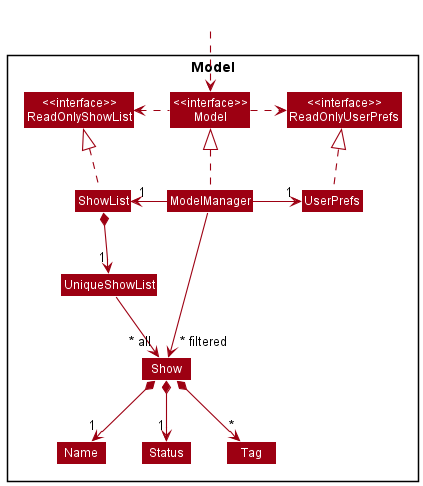
nus-cs2103-AY2122S2/tp keeps this PlantUML diagram as docs/images/ModelClassDiagram.png. Above is the earlier version.
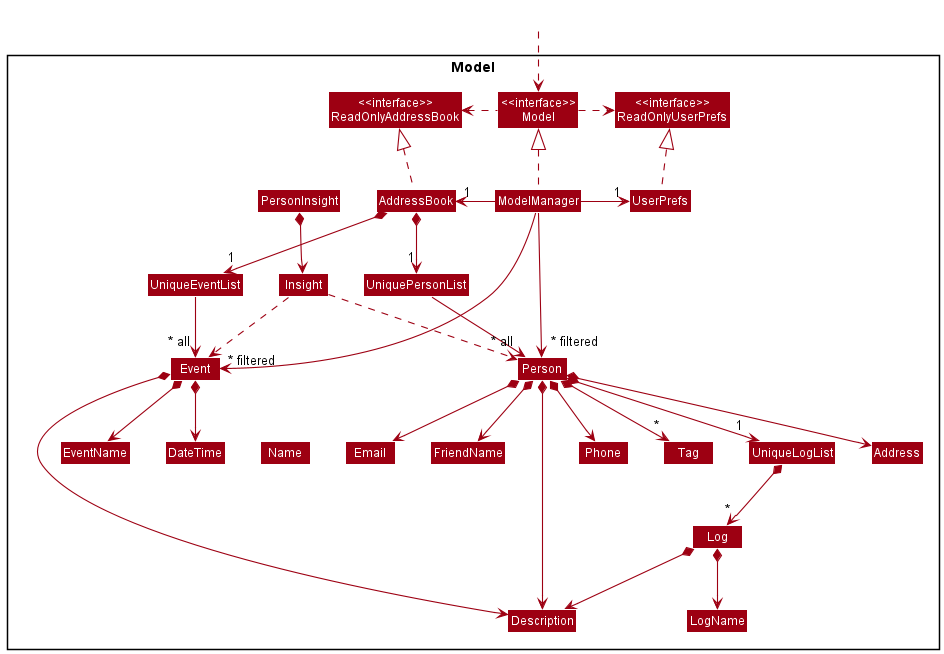
The same diagram one commit later.

The edit, as a diff of the source:
```diff
@@ -5,41 +5,79 @@
 skinparam classBackgroundColor MODEL_COLOR
 
 Package Model <<Rectangle>>{
-Class "<<interface>>\nReadOnlyShowList" as ReadOnlyShowList
+Class "<<interface>>\nReadOnlyAddressBook" as ReadOnlyAddressBook
 Class "<<interface>>\nReadOnlyUserPrefs" as ReadOnlyUserPrefs
 Class "<<interface>>\nModel" as Model
-Class ShowList
+Class AddressBook
 Class ModelManager
 Class UserPrefs
 
-Class UniqueShowList
-Class Show
-Class Status
+Class UniquePersonList
+Class Person
+Class Address
+Class Email
+Class FriendName
+Class Phone
+Class Tag
+Class UniqueLogList
+Class Log
+Class LogName
+
+Class PersonInsight
+Class Insight
+
+Class UniqueEventList
+Class Event
+Class DateTime
+Class EventName
+
+Class Description
 Class Name
-Class Tag
+
 
 }
 
 Class HiddenOutside #FFFFFF
 HiddenOutside ..> Model
 
-ShowList .up.|> ReadOnlyShowList
+AddressBook .up.|> ReadOnlyAddressBook
 
 ModelManager .up.|> Model
 Model .right.> ReadOnlyUserPrefs
-Model .left.> ReadOnlyShowList
-ModelManager -left-> "1" ShowList
+Model .left.> ReadOnlyAddressBook
+ModelManager -left-> "1" AddressBook
 ModelManager -right-> "1" UserPrefs
 UserPrefs .up.|> ReadOnlyUserPrefs
 
-ShowList *--> "1" UniqueShowList
-UniqueShowList --> "~* all" Show
-Show *--> "1" Name
-Show *--> "1" Status
-Show *--> "*" Tag
+AddressBook *--> "1" UniquePersonList
 
-Name -[hidden]right-> Status
-Status -[hidden]right->  Tag
+UniquePersonList --> "~* all" Person
+Person *--> FriendName
+Person *--> Phone
+Person *--> Email
+Person *--> Address
+Person *--> Description
+Person *--> "*" Tag
+Person *--> "1" UniqueLogList
+UniqueLogList *--> "*" Log
+Log *--> LogName
+Log *--> Description
 
-ModelManager -->"~* filtered" Show
+AddressBook *--> "1" UniqueEventList
+UniqueEventList --> "~* all" Event
+Event *--> EventName
+Event *--> DateTime
+Event *--> Description
+
+PersonInsight *--> Insight
+Insight ..> Event
+Insight ..> Person
+
+Name -[hidden]right-> Phone
+Phone -[hidden]right-> Address
+Address -[hidden]right-> Email
+
+ModelManager -->"~* filtered" Person
+ModelManager -->"~* filtered" Event
+
 @enduml
```
